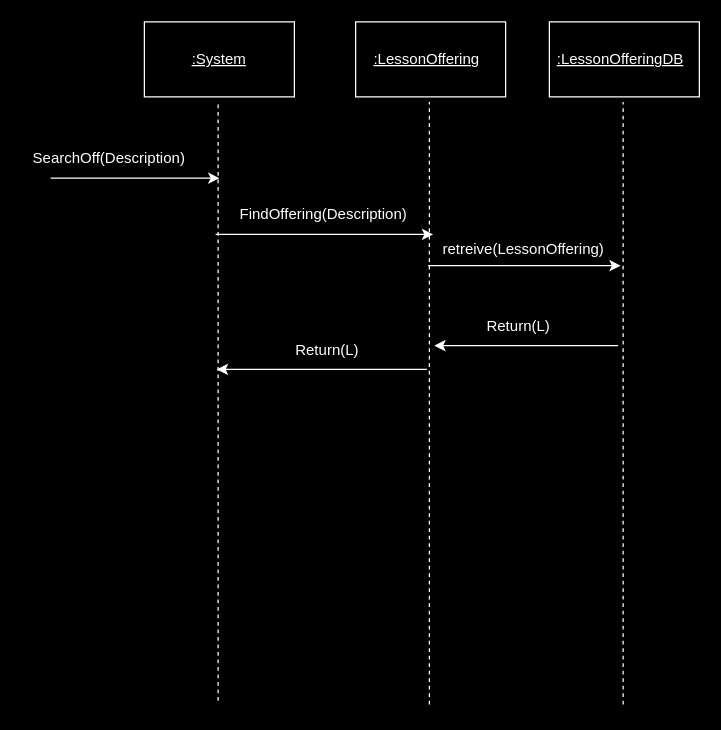
matdavid7272/342project keeps this draw.io diagram as ss_SearchOffering.drawio. Above is the earlier version. Source tidied: cells renumbered, new cells numbered last; positions are measured from the earlier drawing's top-left corner, leaving out a move shared by most shapes. Both pictures are drawn from the tidied source at 125%, with x=0, y=0 at pixel (21, 21).
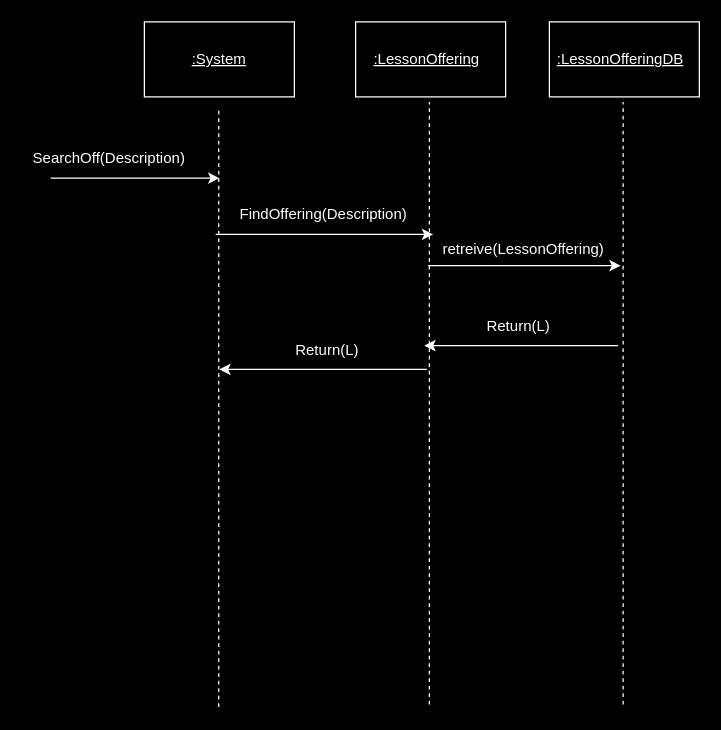
The same page after the edit.

The change refers to these unchanged cells:
```xml
<mxCell id="19" value="&lt;font color=&quot;#ffffff&quot;&gt;Return(L)&lt;/font&gt;" style="text;html=1;align=center;verticalAlign=middle;whiteSpace=wrap;rounded=0;" parent="1" vertex="1">
  <mxGeometry x="330" y="229" width="135" height="30" as="geometry" />
</mxCell>
```

The edit, as a diff of the source:
```diff
@@
     <mxCell id="4" style="endArrow=none;dashed=1;html=1;rounded=0;strokeColor=#FFFFFF;" parent="1" edge="1">
       <mxGeometry relative="1" as="geometry">
-        <mxPoint x="157" y="543" as="sourcePoint" />
-        <mxPoint x="157" y="64" as="targetPoint" />
+        <mxPoint x="157.5" y="548" as="sourcePoint" />
+        <mxPoint x="157.5" y="69" as="targetPoint" />
       </mxGeometry>
     </mxCell>
@@
-    <mxCell id="18" style="endArrow=classic;html=1;rounded=0;strokeColor=#FFFFFF;entryX=0;entryY=1;entryDx=0;entryDy=0;" parent="1" edge="1" target="19">
+    <mxCell id="18" style="endArrow=classic;html=1;rounded=0;strokeColor=#FFFFFF;" parent="1" edge="1">
       <mxGeometry relative="1" as="geometry">
         <mxPoint x="477" y="259" as="sourcePoint" />
+        <mxPoint x="322" y="259" as="targetPoint" />
       </mxGeometry>
     </mxCell>
@@
     <mxCell id="20" style="endArrow=classic;html=1;rounded=0;strokeColor=#FFFFFF;" parent="1" edge="1">
       <mxGeometry relative="1" as="geometry">
         <mxPoint x="324" y="278" as="sourcePoint" />
-        <mxPoint x="156" y="278" as="targetPoint" />
+        <mxPoint x="158" y="278" as="targetPoint" />
       </mxGeometry>
     </mxCell>
```
